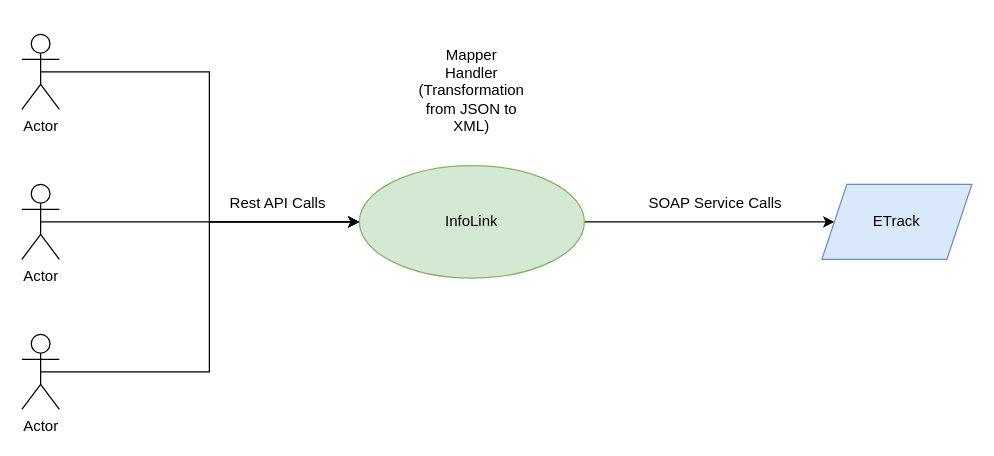
jassirwani/posta-mind-mapping keeps this draw.io diagram as Untitled Diagram.drawio. Above is the earlier version. Source tidied: cells renumbered, new cells numbered last; positions are measured from the earlier drawing's top-left corner, leaving out a move shared by most shapes. Both pictures are drawn from the tidied source at 125%, with x=0, y=0 at pixel (21, 21).
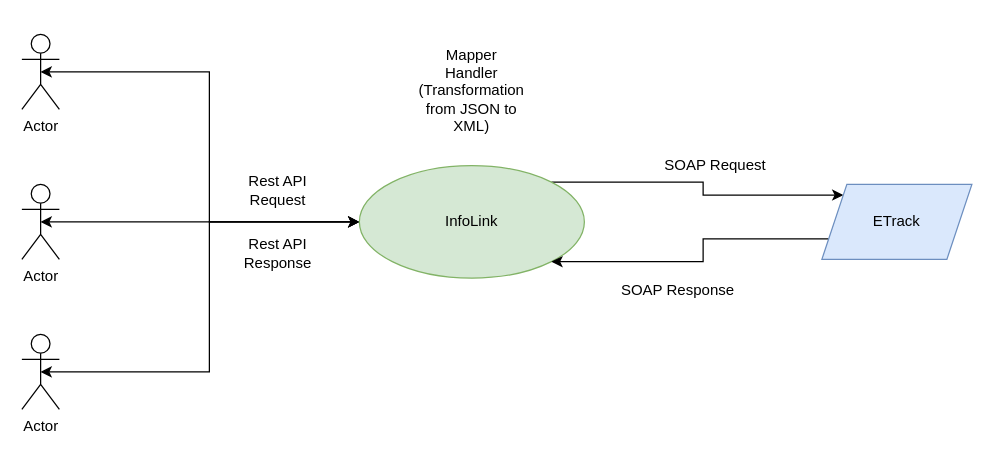
After the change.

Change to the diagram source:
```diff
@@
 <mxGraphModel>
   <root>
     <mxCell id="0" />
     <mxCell id="1" parent="0" />
-    <mxCell id="2" style="edgeStyle=orthogonalEdgeStyle;rounded=0;jettySize=auto;html=1;exitX=0.5;exitY=0.5;exitDx=0;exitDy=0;exitPerimeter=0;entryX=0;entryY=0.5;entryDx=0;entryDy=0;" parent="1" edge="1" source="3" target="9">
+    <mxCell id="2" style="edgeStyle=orthogonalEdgeStyle;rounded=0;jettySize=auto;html=1;exitX=0.5;exitY=0.5;exitDx=0;exitDy=0;exitPerimeter=0;entryX=0;entryY=0.5;entryDx=0;entryDy=0;startArrow=classic;startFill=1;" parent="1" edge="1" source="3" target="9">
       <mxGeometry relative="1" as="geometry" />
     </mxCell>
     <mxCell id="3" value="Actor" style="shape=umlActor;verticalLabelPosition=bottom;verticalAlign=top;html=1;outlineConnect=0;" parent="1" vertex="1">
       <mxGeometry y="10" width="30" height="60" as="geometry" />
     </mxCell>
-    <mxCell id="4" style="edgeStyle=orthogonalEdgeStyle;rounded=0;jettySize=auto;html=1;exitX=0.5;exitY=0.5;exitDx=0;exitDy=0;exitPerimeter=0;entryX=0;entryY=0.5;entryDx=0;entryDy=0;" parent="1" edge="1" source="5" target="9">
+    <mxCell id="4" style="edgeStyle=orthogonalEdgeStyle;rounded=0;jettySize=auto;html=1;exitX=0.5;exitY=0.5;exitDx=0;exitDy=0;exitPerimeter=0;entryX=0;entryY=0.5;entryDx=0;entryDy=0;startArrow=classic;startFill=1;" parent="1" edge="1" source="5" target="9">
       <mxGeometry relative="1" as="geometry" />
     </mxCell>
     <mxCell id="5" value="Actor" style="shape=umlActor;verticalLabelPosition=bottom;verticalAlign=top;html=1;outlineConnect=0;" parent="1" vertex="1">
       <mxGeometry y="130" width="30" height="60" as="geometry" />
     </mxCell>
-    <mxCell id="6" style="edgeStyle=orthogonalEdgeStyle;rounded=0;jettySize=auto;html=1;exitX=0.5;exitY=0.5;exitDx=0;exitDy=0;exitPerimeter=0;entryX=0;entryY=0.5;entryDx=0;entryDy=0;" parent="1" edge="1" source="7" target="9">
+    <mxCell id="6" style="edgeStyle=orthogonalEdgeStyle;rounded=0;jettySize=auto;html=1;exitX=0.5;exitY=0.5;exitDx=0;exitDy=0;exitPerimeter=0;entryX=0;entryY=0.5;entryDx=0;entryDy=0;startArrow=classic;startFill=1;" parent="1" edge="1" source="7" target="9">
       <mxGeometry relative="1" as="geometry" />
     </mxCell>
     <mxCell id="7" value="Actor" style="shape=umlActor;verticalLabelPosition=bottom;verticalAlign=top;html=1;outlineConnect=0;" parent="1" vertex="1">
       <mxGeometry y="250" width="30" height="60" as="geometry" />
     </mxCell>
-    <mxCell id="8" style="edgeStyle=orthogonalEdgeStyle;rounded=0;jettySize=auto;html=1;exitX=1;exitY=0.5;exitDx=0;exitDy=0;" parent="1" edge="1" source="9" target="10">
+    <mxCell id="8" style="edgeStyle=orthogonalEdgeStyle;rounded=0;jettySize=auto;html=1;exitX=1;exitY=0;exitDx=0;exitDy=0;entryX=0;entryY=0;entryDx=0;entryDy=0;" parent="1" edge="1" source="9" target="10">
       <mxGeometry relative="1" as="geometry" />
     </mxCell>
     <mxCell id="9" value="InfoLink" style="ellipse;whiteSpace=wrap;html=1;fillColor=#d5e8d4;strokeColor=#82b366;" parent="1" vertex="1">
       <mxGeometry x="270" y="115" width="180" height="90" as="geometry" />
     </mxCell>
+    <mxCell id="14" style="edgeStyle=orthogonalEdgeStyle;rounded=0;jettySize=auto;html=1;exitX=0;exitY=0.75;exitDx=0;exitDy=0;entryX=1;entryY=1;entryDx=0;entryDy=0;" parent="1" edge="1" source="10" target="9">
+      <mxGeometry relative="1" as="geometry" />
+    </mxCell>
     <mxCell id="10" value="ETrack" style="shape=parallelogram;perimeter=parallelogramPerimeter;whiteSpace=wrap;html=1;fixedSize=1;fillColor=#dae8fc;strokeColor=#6c8ebf;" parent="1" vertex="1">
       <mxGeometry x="640" y="130" width="120" height="60" as="geometry" />
     </mxCell>
-    <mxCell id="11" value="Rest API Calls" style="text;html=1;strokeColor=none;fillColor=none;align=center;verticalAlign=middle;whiteSpace=wrap;rounded=0;" parent="1" vertex="1">
-      <mxGeometry x="160" y="130" width="90" height="30" as="geometry" />
+    <mxCell id="11" value="Rest API Request" style="text;html=1;strokeColor=none;fillColor=none;align=center;verticalAlign=middle;whiteSpace=wrap;rounded=0;" parent="1" vertex="1">
+      <mxGeometry x="160" y="120" width="90" height="30" as="geometry" />
     </mxCell>
-    <mxCell id="12" value="SOAP Service Calls" style="text;html=1;strokeColor=none;fillColor=none;align=center;verticalAlign=middle;whiteSpace=wrap;rounded=0;" parent="1" vertex="1">
-      <mxGeometry x="500" y="130" width="110" height="30" as="geometry" />
+    <mxCell id="12" value="SOAP Response" style="text;html=1;strokeColor=none;fillColor=none;align=center;verticalAlign=middle;whiteSpace=wrap;rounded=0;" parent="1" vertex="1">
+      <mxGeometry x="470" y="200" width="110" height="30" as="geometry" />
     </mxCell>
     <mxCell id="13" value="Mapper&lt;br&gt;Handler&lt;br&gt;(Transformation from JSON to XML)" style="text;html=1;strokeColor=none;fillColor=none;align=center;verticalAlign=middle;whiteSpace=wrap;rounded=0;" parent="1" vertex="1">
       <mxGeometry x="315" width="90" height="110" as="geometry" />
     </mxCell>
+    <mxCell id="15" value="SOAP Request" style="text;html=1;strokeColor=none;fillColor=none;align=center;verticalAlign=middle;whiteSpace=wrap;rounded=0;" parent="1" vertex="1">
+      <mxGeometry x="500" y="100" width="110" height="30" as="geometry" />
+    </mxCell>
+    <mxCell id="16" value="Rest API Response" style="text;html=1;strokeColor=none;fillColor=none;align=center;verticalAlign=middle;whiteSpace=wrap;rounded=0;" parent="1" vertex="1">
+      <mxGeometry x="160" y="170" width="90" height="30" as="geometry" />
+    </mxCell>
   </root>
 </mxGraphModel>
```
